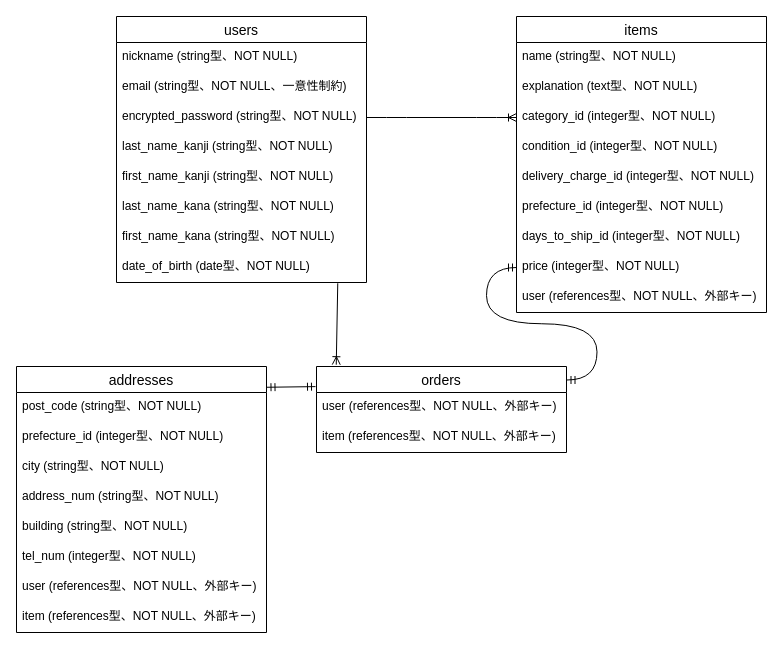
KoDy-Kodemari/furima-38028 keeps this draw.io diagram as furima.dio. Above is the earlier version. Source tidied: cells renumbered, new cells numbered last; positions are measured from the earlier drawing's top-left corner, leaving out a move shared by most shapes. Both pictures are drawn from the tidied source at 100%, with x=0, y=0 at pixel (16, 16).
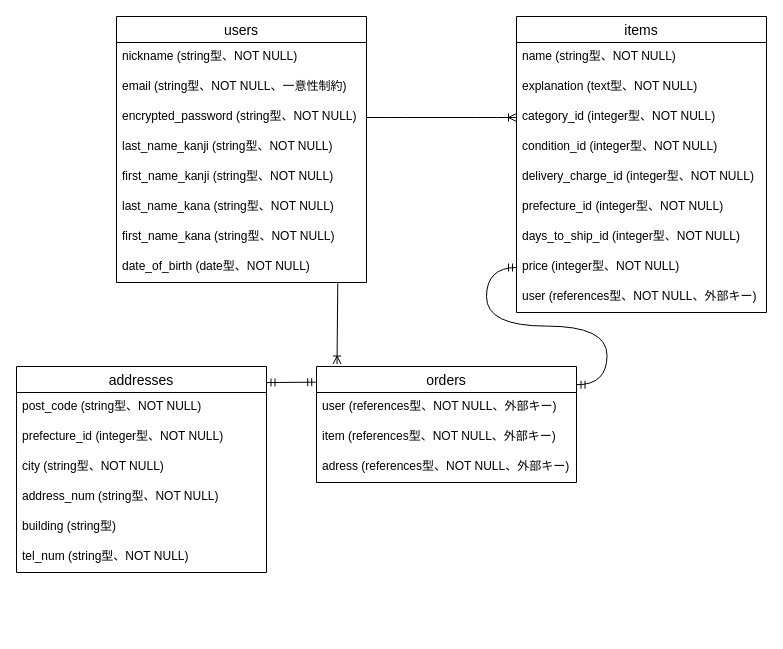
The same diagram, later.

Commit message (it also covers changes not shown here):
DB設計再修正

What changed in the source:
```diff
@@
     <mxCell id="21" value="addresses" style="swimlane;fontStyle=0;horizontal=1;startSize=26;align=center;fontSize=14;" parent="1" vertex="1">
-      <mxGeometry y="350" width="250" height="266" as="geometry" />
+      <mxGeometry y="350" width="250" height="206" as="geometry" />
     </mxCell>
@@
-    <mxCell id="26" value="building (string型、NOT NULL)" style="text;strokeColor=none;fillColor=none;spacingLeft=4;spacingRight=4;overflow=hidden;fontSize=12;" parent="21" vertex="1">
+    <mxCell id="26" value="building (string型)" style="text;strokeColor=none;fillColor=none;spacingLeft=4;spacingRight=4;overflow=hidden;fontSize=12;" parent="21" vertex="1">
       <mxGeometry y="146" width="250" height="30" as="geometry" />
     </mxCell>
-    <mxCell id="27" value="tel_num (integer型、NOT NULL)" style="text;strokeColor=none;fillColor=none;spacingLeft=4;spacingRight=4;overflow=hidden;fontSize=12;" parent="21" vertex="1">
+    <mxCell id="27" value="tel_num (string型、NOT NULL)" style="text;strokeColor=none;fillColor=none;spacingLeft=4;spacingRight=4;overflow=hidden;fontSize=12;" parent="21" vertex="1">
       <mxGeometry y="176" width="250" height="30" as="geometry" />
     </mxCell>
-    <mxCell id="28" value="user (references型、NOT NULL、外部キー)" style="text;strokeColor=none;fillColor=none;spacingLeft=4;spacingRight=4;overflow=hidden;fontSize=12;" parent="21" vertex="1">
-      <mxGeometry y="206" width="250" height="30" as="geometry" />
-    </mxCell>
-    <mxCell id="29" value="item (references型、NOT NULL、外部キー)" style="text;strokeColor=none;fillColor=none;spacingLeft=4;spacingRight=4;overflow=hidden;fontSize=12;" parent="21" vertex="1">
-      <mxGeometry y="236" width="250" height="30" as="geometry" />
-    </mxCell>
@@
     <mxCell id="33" value="orders" style="swimlane;fontStyle=0;horizontal=1;startSize=26;align=center;fontSize=14;" parent="1" vertex="1">
-      <mxGeometry x="300" y="350" width="250" height="86" as="geometry" />
+      <mxGeometry x="300" y="350" width="260" height="116" as="geometry" />
     </mxCell>
     <mxCell id="34" value="user (references型、NOT NULL、外部キー)" style="text;strokeColor=none;fillColor=none;spacingLeft=4;spacingRight=4;overflow=hidden;fontSize=12;" parent="33" vertex="1">
-      <mxGeometry y="26" width="250" height="30" as="geometry" />
+      <mxGeometry y="26" width="260" height="30" as="geometry" />
     </mxCell>
     <mxCell id="35" value="item (references型、NOT NULL、外部キー)" style="text;strokeColor=none;fillColor=none;spacingLeft=4;spacingRight=4;overflow=hidden;fontSize=12;" parent="33" vertex="1">
-      <mxGeometry y="56" width="250" height="30" as="geometry" />
+      <mxGeometry y="56" width="260" height="30" as="geometry" />
     </mxCell>
+    <mxCell id="37" value="adress (references型、NOT NULL、外部キー)" style="text;strokeColor=none;fillColor=none;spacingLeft=4;spacingRight=4;overflow=hidden;fontSize=12;" parent="33" vertex="1">
+      <mxGeometry y="86" width="260" height="30" as="geometry" />
+    </mxCell>
-    <mxCell id="36" style="fontSize=12;html=1;endArrow=ERmandOne;startArrow=ERmandOne;entryX=-0.004;entryY=0.234;entryDx=0;entryDy=0;entryPerimeter=0;exitX=1.002;exitY=0.078;exitDx=0;exitDy=0;exitPerimeter=0;" parent="1" edge="1" source="21" target="33">
+    <mxCell id="36" style="fontSize=12;html=1;endArrow=ERmandOne;startArrow=ERmandOne;entryX=-0.003;entryY=0.135;entryDx=0;entryDy=0;entryPerimeter=0;exitX=1.002;exitY=0.078;exitDx=0;exitDy=0;exitPerimeter=0;" parent="1" edge="1" source="21" target="33">
       <mxGeometry relative="1" as="geometry" />
     </mxCell>
```
